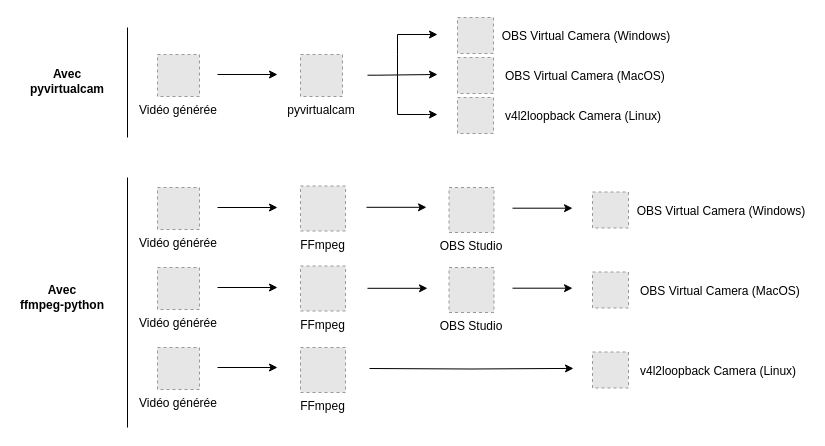
Earlier version of the draw.io diagram docs/diagrammes/libs-compare.drawio (dylanramos/ai-facial-recognition-breaker). Source tidied: cells renumbered, new cells numbered last; positions are measured from the earlier drawing's top-left corner, leaving out a move shared by most shapes. Both pictures are drawn from the tidied source at 100%, with x=0, y=0 at pixel (17, 17). Pictures stored in the file or linked from it are replaced by grey dashed boxes.
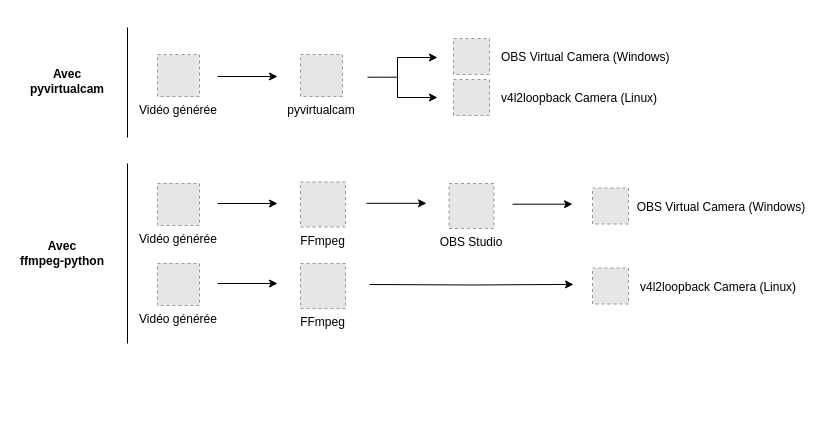
After the change.

The edit, as a diff of the source:
```diff
@@
     <mxCell id="2" style="endArrow=classic;html=1;rounded=0;edgeStyle=orthogonalEdgeStyle;startArrow=none;startFill=0;" parent="1" edge="1">
       <mxGeometry relative="1" as="geometry">
-        <mxPoint x="200" y="57" as="sourcePoint" />
-        <mxPoint x="260" y="57" as="targetPoint" />
+        <mxPoint x="200" y="59" as="sourcePoint" />
+        <mxPoint x="260" y="59" as="targetPoint" />
       </mxGeometry>
     </mxCell>
-    <mxCell id="3" style="endArrow=classic;html=1;rounded=0;edgeStyle=orthogonalEdgeStyle;" parent="1" edge="1">
+    <mxCell id="3" style="endArrow=none;html=1;rounded=0;edgeStyle=orthogonalEdgeStyle;endFill=0;" parent="1" edge="1">
       <mxGeometry relative="1" as="geometry">
-        <mxPoint x="350" y="57.7" as="sourcePoint" />
-        <mxPoint x="420" y="57" as="targetPoint" />
+        <mxPoint x="350" y="59.7" as="sourcePoint" />
+        <mxPoint x="380" y="62" as="targetPoint" />
         <Array as="points">
-          <mxPoint x="360" y="57.7" />
-          <mxPoint x="360" y="57.7" />
+          <mxPoint x="360" y="59.7" />
+          <mxPoint x="360" y="59.7" />
         </Array>
       </mxGeometry>
     </mxCell>
@@
-    <mxCell id="5" value="  OBS Virtual Camera (Windows)" style="fillColor=#E6E6E6;strokeColor=#999999;dashed=1;verticalLabelPosition=middle;labelBackgroundColor=default;verticalAlign=middle;labelPosition=right;align=left;" parent="1" vertex="1">
-      <mxGeometry x="440" width="36" height="36" as="geometry" />
+    <mxCell id="5" value="   OBS Virtual Camera (Windows)" style="fillColor=#E6E6E6;strokeColor=#999999;dashed=1;verticalLabelPosition=middle;labelBackgroundColor=default;verticalAlign=middle;labelPosition=right;align=left;" parent="1" vertex="1">
+      <mxGeometry x="436" y="21" width="36" height="36" as="geometry" />
     </mxCell>
-    <mxCell id="6" value="   OBS Virtual Camera (MacOS)  " style="fillColor=#E6E6E6;strokeColor=#999999;dashed=1;verticalLabelPosition=middle;labelBackgroundColor=default;verticalAlign=middle;labelPosition=right;align=left;" parent="1" vertex="1">
-      <mxGeometry x="440" y="40" width="36" height="36" as="geometry" />
-    </mxCell>
     <mxCell id="7" value="   v4l2loopback Camera (Linux)" style="fillColor=#E6E6E6;strokeColor=#999999;dashed=1;verticalLabelPosition=middle;labelBackgroundColor=default;verticalAlign=middle;labelPosition=right;align=left;" parent="1" vertex="1">
-      <mxGeometry x="440" y="80" width="36" height="36" as="geometry" />
+      <mxGeometry x="436" y="62" width="36" height="36" as="geometry" />
     </mxCell>
     <mxCell id="8" style="endArrow=classic;html=1;rounded=0;edgeStyle=orthogonalEdgeStyle;" parent="1" edge="1">
       <mxGeometry relative="1" as="geometry">
-        <mxPoint x="380" y="57" as="sourcePoint" />
-        <mxPoint x="420" y="17" as="targetPoint" />
+        <mxPoint x="380" y="59" as="sourcePoint" />
+        <mxPoint x="420" y="40" as="targetPoint" />
         <Array as="points">
-          <mxPoint x="380" y="36.7" />
-          <mxPoint x="380" y="36.7" />
+          <mxPoint x="380" y="40" />
+          <mxPoint x="420" y="40" />
         </Array>
       </mxGeometry>
     </mxCell>
     <mxCell id="9" style="endArrow=classic;html=1;rounded=0;edgeStyle=orthogonalEdgeStyle;" parent="1" edge="1">
       <mxGeometry relative="1" as="geometry">
-        <mxPoint x="380" y="57" as="sourcePoint" />
-        <mxPoint x="420" y="97" as="targetPoint" />
+        <mxPoint x="380" y="59" as="sourcePoint" />
+        <mxPoint x="420" y="80" as="targetPoint" />
         <Array as="points">
-          <mxPoint x="380" y="97" />
-          <mxPoint x="410" y="97" />
+          <mxPoint x="380" y="80" />
+          <mxPoint x="420" y="80" />
         </Array>
       </mxGeometry>
     </mxCell>
@@
     <mxCell id="11" value="FFmpeg" style="fillColor=#E6E6E6;strokeColor=#999999;dashed=1;verticalLabelPosition=bottom;labelBackgroundColor=default;verticalAlign=top;" parent="1" vertex="1">
-      <mxGeometry x="283" y="330" width="45" height="45" as="geometry" />
+      <mxGeometry x="283" y="246" width="45" height="45" as="geometry" />
     </mxCell>
     <mxCell id="12" value="OBS Studio" style="fillColor=#E6E6E6;strokeColor=#999999;dashed=1;verticalLabelPosition=bottom;labelBackgroundColor=default;verticalAlign=top;" parent="1" vertex="1">
-      <mxGeometry x="431.5" y="170" width="45" height="45" as="geometry" />
+      <mxGeometry x="431.5" y="166" width="45" height="45" as="geometry" />
     </mxCell>
     <mxCell id="13" style="endArrow=classic;html=1;rounded=0;edgeStyle=orthogonalEdgeStyle;startArrow=none;startFill=0;" parent="1" edge="1">
       <mxGeometry relative="1" as="geometry">
-        <mxPoint x="200" y="190" as="sourcePoint" />
-        <mxPoint x="260" y="190" as="targetPoint" />
+        <mxPoint x="200" y="186" as="sourcePoint" />
+        <mxPoint x="260" y="186" as="targetPoint" />
       </mxGeometry>
     </mxCell>
     <mxCell id="14" value="Vidéo générée" style="fillColor=#E6E6E6;strokeColor=#999999;dashed=1;verticalLabelPosition=bottom;labelBackgroundColor=default;verticalAlign=top;" parent="1" vertex="1">
-      <mxGeometry x="140" y="170" width="42" height="42" as="geometry" />
+      <mxGeometry x="140" y="166" width="42" height="42" as="geometry" />
     </mxCell>
     <mxCell id="15" value="  OBS Virtual Camera (Windows)" style="fillColor=#E6E6E6;strokeColor=#999999;dashed=1;verticalLabelPosition=middle;labelBackgroundColor=default;verticalAlign=middle;labelPosition=right;align=left;" parent="1" vertex="1">
-      <mxGeometry x="575" y="174.5" width="36" height="36" as="geometry" />
+      <mxGeometry x="575" y="170.5" width="36" height="36" as="geometry" />
     </mxCell>
     <mxCell id="16" style="endArrow=classic;html=1;rounded=0;edgeStyle=orthogonalEdgeStyle;startArrow=none;startFill=0;" parent="1" edge="1">
       <mxGeometry relative="1" as="geometry">
-        <mxPoint x="495" y="190.7" as="sourcePoint" />
-        <mxPoint x="555" y="190.7" as="targetPoint" />
+        <mxPoint x="495" y="186.7" as="sourcePoint" />
+        <mxPoint x="555" y="186.7" as="targetPoint" />
       </mxGeometry>
     </mxCell>
-    <mxCell id="17" value="OBS Studio" style="fillColor=#E6E6E6;strokeColor=#999999;dashed=1;verticalLabelPosition=bottom;labelBackgroundColor=default;verticalAlign=top;" parent="1" vertex="1">
-      <mxGeometry x="431.5" y="250" width="45" height="45" as="geometry" />
-    </mxCell>
-    <mxCell id="18" style="endArrow=classic;html=1;rounded=0;edgeStyle=orthogonalEdgeStyle;startArrow=none;startFill=0;" parent="1" edge="1">
-      <mxGeometry relative="1" as="geometry">
-        <mxPoint x="200" y="270" as="sourcePoint" />
-        <mxPoint x="260" y="270" as="targetPoint" />
-      </mxGeometry>
-    </mxCell>
-    <mxCell id="19" value="Vidéo générée" style="fillColor=#E6E6E6;strokeColor=#999999;dashed=1;verticalLabelPosition=bottom;labelBackgroundColor=default;verticalAlign=top;" parent="1" vertex="1">
-      <mxGeometry x="140" y="250" width="42" height="42" as="geometry" />
-    </mxCell>
-    <mxCell id="20" value="   OBS Virtual Camera (MacOS)  " style="fillColor=#E6E6E6;strokeColor=#999999;dashed=1;verticalLabelPosition=middle;labelBackgroundColor=default;verticalAlign=middle;labelPosition=right;align=left;" parent="1" vertex="1">
-      <mxGeometry x="575" y="254.5" width="36" height="36" as="geometry" />
-    </mxCell>
-    <mxCell id="21" style="endArrow=classic;html=1;rounded=0;edgeStyle=orthogonalEdgeStyle;startArrow=none;startFill=0;" parent="1" edge="1">
-      <mxGeometry relative="1" as="geometry">
-        <mxPoint x="495" y="270.7" as="sourcePoint" />
-        <mxPoint x="555" y="270.7" as="targetPoint" />
-      </mxGeometry>
-    </mxCell>
     <mxCell id="22" style="endArrow=classic;html=1;rounded=0;edgeStyle=orthogonalEdgeStyle;startArrow=none;startFill=0;" parent="1" edge="1">
       <mxGeometry relative="1" as="geometry">
-        <mxPoint x="200" y="350" as="sourcePoint" />
-        <mxPoint x="260" y="350" as="targetPoint" />
+        <mxPoint x="200" y="266" as="sourcePoint" />
+        <mxPoint x="260" y="266" as="targetPoint" />
       </mxGeometry>
     </mxCell>
     <mxCell id="23" value="Vidéo générée" style="fillColor=#E6E6E6;strokeColor=#999999;dashed=1;verticalLabelPosition=bottom;labelBackgroundColor=default;verticalAlign=top;" parent="1" vertex="1">
-      <mxGeometry x="140" y="330" width="42" height="42" as="geometry" />
+      <mxGeometry x="140" y="246" width="42" height="42" as="geometry" />
     </mxCell>
     <mxCell id="24" value="   v4l2loopback Camera (Linux)" style="fillColor=#E6E6E6;strokeColor=#999999;dashed=1;verticalLabelPosition=middle;labelBackgroundColor=default;verticalAlign=middle;labelPosition=right;align=left;" parent="1" vertex="1">
-      <mxGeometry x="575" y="334.5" width="36" height="36" as="geometry" />
+      <mxGeometry x="575" y="250.5" width="36" height="36" as="geometry" />
     </mxCell>
@@
     <mxCell id="27" style="endArrow=none;html=1;rounded=0;" parent="1" edge="1">
       <mxGeometry relative="1" as="geometry">
-        <mxPoint x="110" y="410" as="sourcePoint" />
-        <mxPoint x="110" y="160" as="targetPoint" />
+        <mxPoint x="110" y="326" as="sourcePoint" />
+        <mxPoint x="110" y="146" as="targetPoint" />
       </mxGeometry>
     </mxCell>
     <mxCell id="28" value="Avec&lt;div&gt;ffmpeg-python&lt;/div&gt;" style="text;html=1;whiteSpace=wrap;strokeColor=none;fillColor=none;align=center;verticalAlign=middle;rounded=0;fontStyle=1;" parent="1" vertex="1">
-      <mxGeometry y="265" width="90" height="30" as="geometry" />
+      <mxGeometry y="221" width="90" height="30" as="geometry" />
     </mxCell>
-    <mxCell id="29" value="FFmpeg" style="fillColor=#E6E6E6;strokeColor=#999999;dashed=1;verticalLabelPosition=bottom;labelBackgroundColor=default;verticalAlign=top;" parent="1" vertex="1">
-      <mxGeometry x="283" y="248.5" width="45" height="45" as="geometry" />
-    </mxCell>
     <mxCell id="30" value="FFmpeg" style="fillColor=#E6E6E6;strokeColor=#999999;dashed=1;verticalLabelPosition=bottom;labelBackgroundColor=default;verticalAlign=top;" parent="1" vertex="1">
-      <mxGeometry x="283" y="168.5" width="45" height="45" as="geometry" />
+      <mxGeometry x="283" y="164.5" width="45" height="45" as="geometry" />
     </mxCell>
     <mxCell id="31" style="endArrow=classic;html=1;rounded=0;edgeStyle=orthogonalEdgeStyle;startArrow=none;startFill=0;" parent="1" edge="1">
       <mxGeometry relative="1" as="geometry">
-        <mxPoint x="349" y="189.8" as="sourcePoint" />
-        <mxPoint x="409" y="189.8" as="targetPoint" />
+        <mxPoint x="349" y="185.8" as="sourcePoint" />
+        <mxPoint x="409" y="185.8" as="targetPoint" />
       </mxGeometry>
     </mxCell>
-    <mxCell id="32" style="endArrow=classic;html=1;rounded=0;edgeStyle=orthogonalEdgeStyle;startArrow=none;startFill=0;" parent="1" edge="1">
-      <mxGeometry relative="1" as="geometry">
-        <mxPoint x="350" y="270.8" as="sourcePoint" />
-        <mxPoint x="410" y="270.8" as="targetPoint" />
-      </mxGeometry>
-    </mxCell>
     <mxCell id="33" style="endArrow=classic;html=1;rounded=0;edgeStyle=orthogonalEdgeStyle;startArrow=none;startFill=0;" parent="1" edge="1">
       <mxGeometry relative="1" as="geometry">
-        <mxPoint x="352" y="351" as="sourcePoint" />
-        <mxPoint x="556" y="350.9" as="targetPoint" />
+        <mxPoint x="352" y="267" as="sourcePoint" />
+        <mxPoint x="556" y="266.9" as="targetPoint" />
       </mxGeometry>
     </mxCell>
```
